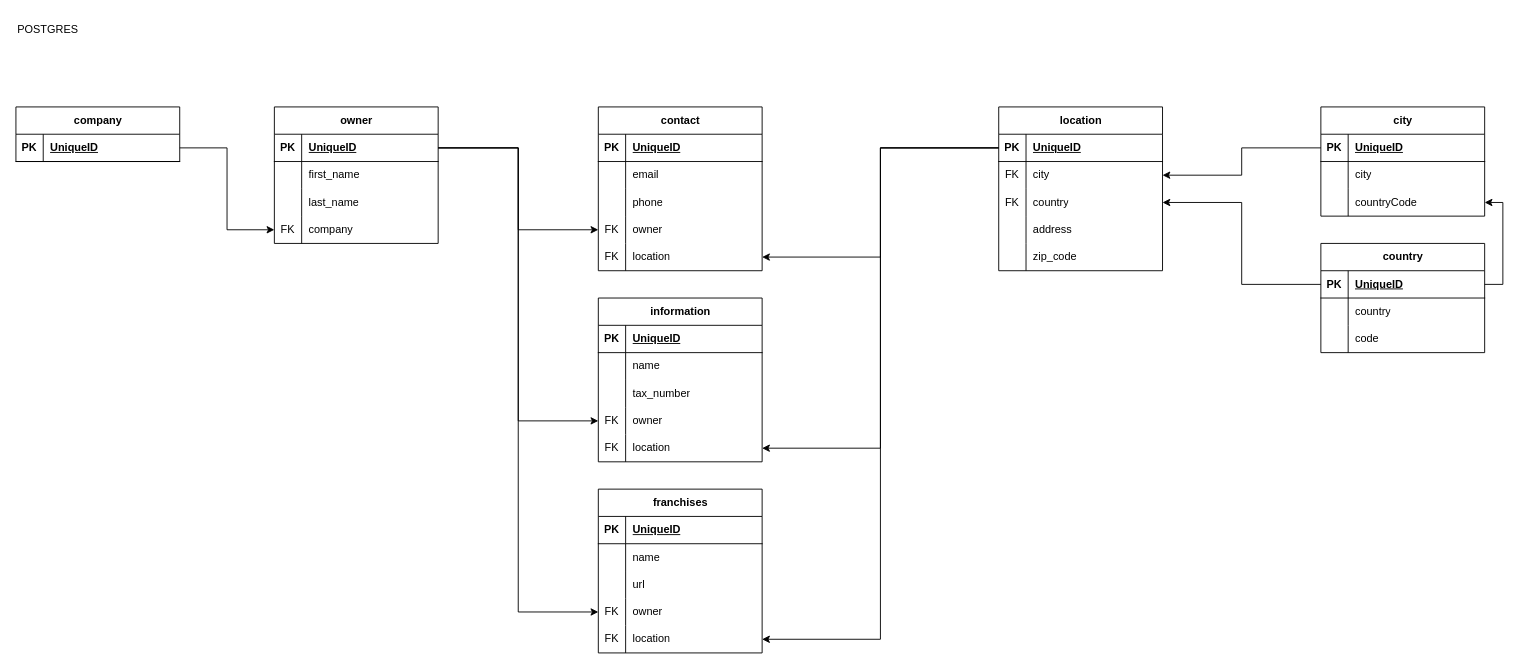
The draw.io diagram docs/DATABASE.drawio in daniel-mateus-dev/thecnical-test-clubhub, before the edit. Source tidied: cells renumbered, new cells numbered last; positions are measured from the earlier drawing's top-left corner, leaving out a move shared by most shapes. Both pictures are drawn from the tidied source at 91%, with x=0, y=0 at pixel (15, 15).
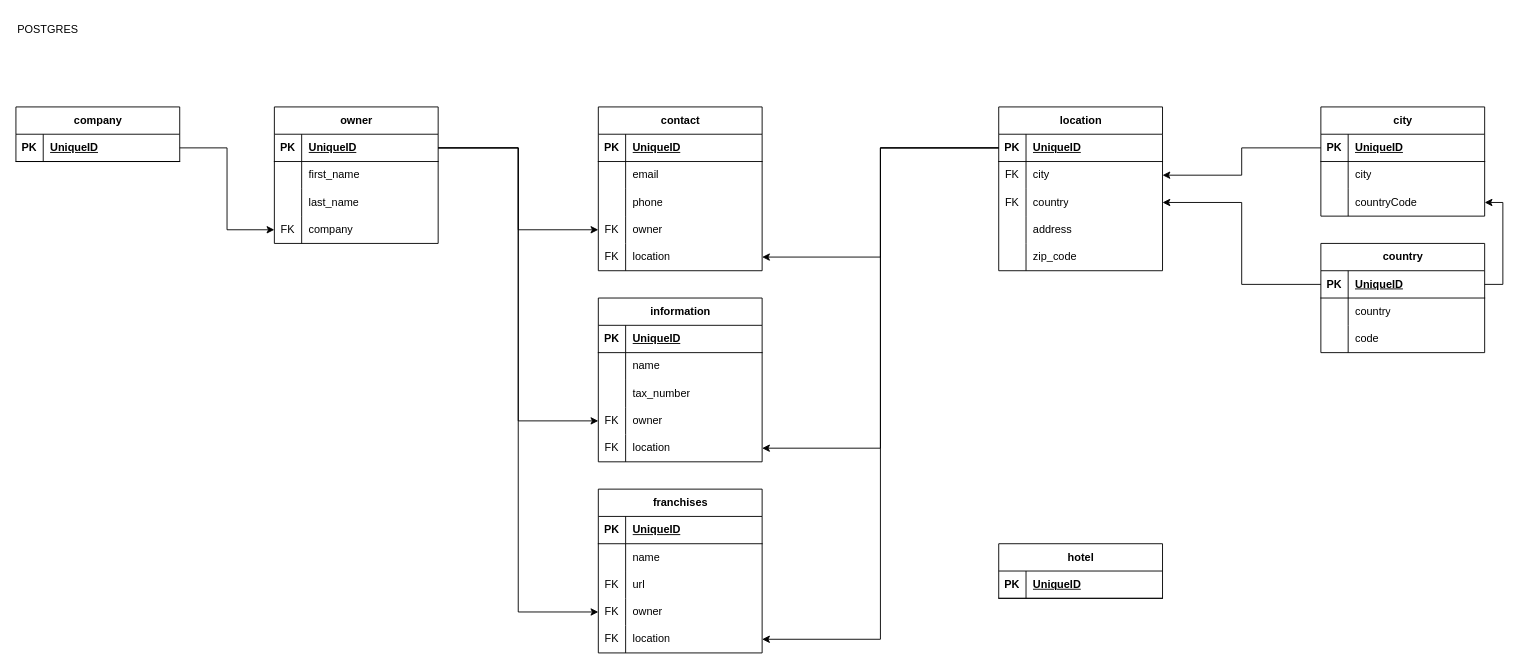
After the change.

Commit message (it also covers changes not shown here):
feat: add kafka and zookeeper docker compose

Unchanged cells that the change refers to:
```xml
<mxCell id="76" style="shape=tableRow;horizontal=0;startSize=0;swimlaneHead=0;swimlaneBody=0;fillColor=none;top=0;left=0;right=0;bottom=0;" parent="69" vertex="1">
  <mxGeometry y="90" width="180" height="30" as="geometry" />
</mxCell>
```

The edit, as a diff of the source:
```diff
@@
-    <mxCell id="77" style="shape=partialRectangle;fillColor=none;top=0;left=0;bottom=0;right=0;overflow=hidden;whiteSpace=wrap;html=1;" parent="76" vertex="1">
+    <mxCell id="77" value="FK" style="shape=partialRectangle;fillColor=none;top=0;left=0;bottom=0;right=0;overflow=hidden;whiteSpace=wrap;html=1;" parent="76" vertex="1">
       <mxGeometry width="30" height="30" as="geometry" />
     </mxCell>
@@
+    <mxCell id="114" value="hotel" style="shape=table;startSize=30;childLayout=tableLayout;rowLines=0;fontStyle=1;align=center;html=1;" parent="1" vertex="1">
+      <mxGeometry x="1080" y="580" width="180" height="60" as="geometry" />
+    </mxCell>
+    <mxCell id="115" style="shape=tableRow;horizontal=0;startSize=0;swimlaneHead=0;swimlaneBody=0;fillColor=none;top=0;left=0;right=0;bottom=1;" parent="114" vertex="1">
+      <mxGeometry y="30" width="180" height="30" as="geometry" />
+    </mxCell>
+    <mxCell id="116" value="PK" style="shape=partialRectangle;fillColor=none;top=0;left=0;bottom=0;right=0;fontStyle=1;overflow=hidden;whiteSpace=wrap;html=1;" parent="115" vertex="1">
+      <mxGeometry width="30" height="30" as="geometry" />
+    </mxCell>
+    <mxCell id="117" value="UniqueID" style="shape=partialRectangle;fillColor=none;top=0;left=0;bottom=0;right=0;align=left;spacingLeft=6;fontStyle=5;overflow=hidden;whiteSpace=wrap;html=1;" parent="115" vertex="1">
+      <mxGeometry x="30" width="150" height="30" as="geometry" />
+    </mxCell>
```
